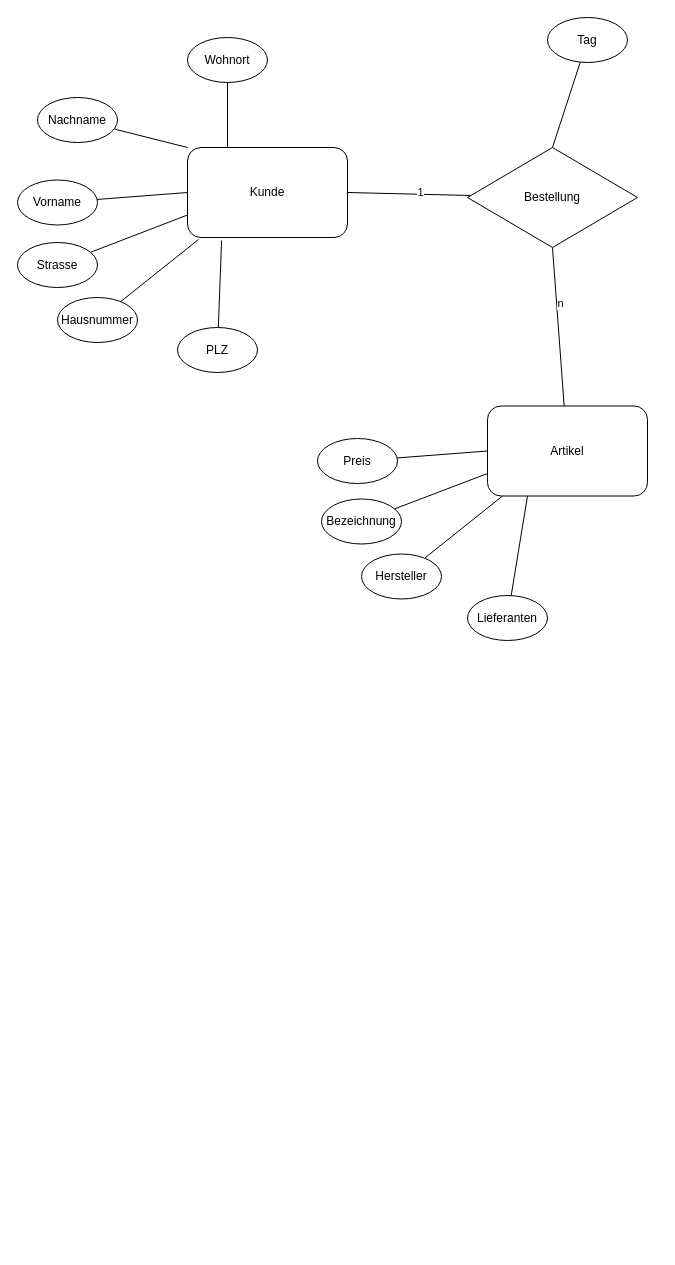
This is Unbenanntes Diagramm.drawio from andrinnn6789/FootballAdministrationsApp, a draw.io file, before an edit. Source tidied: cells renumbered, new cells numbered last; positions are measured from the earlier drawing's top-left corner, leaving out a move shared by most shapes. Both pictures are drawn from the tidied source at 100%, with x=0, y=0 at pixel (17, 17).
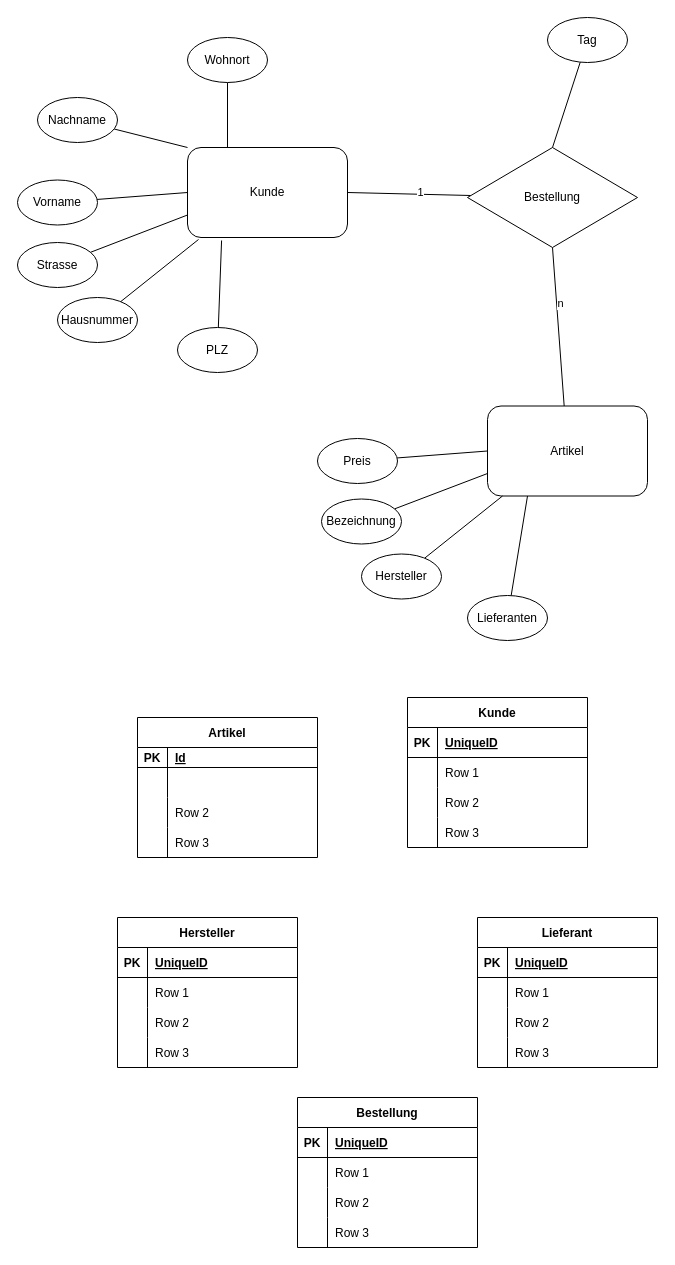
After the change.

Change to the diagram source:
```diff
@@
+    <mxCell id="31" value="Artikel" style="shape=table;startSize=30;childLayout=tableLayout;rowLines=0;fontStyle=1;align=center;" parent="1" vertex="1">
+      <mxGeometry x="120" y="700" width="180" height="140" as="geometry" />
+    </mxCell>
+    <mxCell id="32" style="shape=tableRow;horizontal=0;startSize=0;swimlaneHead=0;swimlaneBody=0;fillColor=none;top=0;left=0;right=0;bottom=1;" parent="31" vertex="1">
+      <mxGeometry y="30" width="180" height="20" as="geometry" />
+    </mxCell>
+    <mxCell id="33" value="PK" style="shape=partialRectangle;fillColor=none;top=0;left=0;bottom=0;right=0;fontStyle=1;overflow=hidden;" parent="32" vertex="1">
+      <mxGeometry width="30" height="20" as="geometry" />
+    </mxCell>
+    <mxCell id="34" value="Id" style="shape=partialRectangle;fillColor=none;top=0;left=0;bottom=0;right=0;align=left;spacingLeft=6;fontStyle=5;overflow=hidden;" parent="32" vertex="1">
+      <mxGeometry x="30" width="150" height="20" as="geometry" />
+    </mxCell>
+    <mxCell id="35" style="shape=tableRow;horizontal=0;startSize=0;swimlaneHead=0;swimlaneBody=0;fillColor=none;top=0;left=0;right=0;bottom=0;" parent="31" vertex="1">
+      <mxGeometry y="50" width="180" height="30" as="geometry" />
+    </mxCell>
+    <mxCell id="36" style="shape=partialRectangle;fillColor=none;top=0;left=0;bottom=0;right=0;overflow=hidden;" parent="35" vertex="1">
+      <mxGeometry width="30" height="30" as="geometry" />
+    </mxCell>
+    <mxCell id="37" style="shape=partialRectangle;fillColor=none;top=0;left=0;bottom=0;right=0;align=left;spacingLeft=6;overflow=hidden;" parent="35" vertex="1">
+      <mxGeometry x="30" width="150" height="30" as="geometry" />
+    </mxCell>
+    <mxCell id="38" style="shape=tableRow;horizontal=0;startSize=0;swimlaneHead=0;swimlaneBody=0;fillColor=none;top=0;left=0;right=0;bottom=0;" parent="31" vertex="1">
+      <mxGeometry y="80" width="180" height="30" as="geometry" />
+    </mxCell>
+    <mxCell id="39" style="shape=partialRectangle;fillColor=none;top=0;left=0;bottom=0;right=0;overflow=hidden;" parent="38" vertex="1">
+      <mxGeometry width="30" height="30" as="geometry" />
+    </mxCell>
+    <mxCell id="40" value="Row 2" style="shape=partialRectangle;fillColor=none;top=0;left=0;bottom=0;right=0;align=left;spacingLeft=6;overflow=hidden;" parent="38" vertex="1">
+      <mxGeometry x="30" width="150" height="30" as="geometry" />
+    </mxCell>
+    <mxCell id="41" style="shape=tableRow;horizontal=0;startSize=0;swimlaneHead=0;swimlaneBody=0;fillColor=none;top=0;left=0;right=0;bottom=0;" parent="31" vertex="1">
+      <mxGeometry y="110" width="180" height="30" as="geometry" />
+    </mxCell>
+    <mxCell id="42" style="shape=partialRectangle;fillColor=none;top=0;left=0;bottom=0;right=0;overflow=hidden;" parent="41" vertex="1">
+      <mxGeometry width="30" height="30" as="geometry" />
+    </mxCell>
+    <mxCell id="43" value="Row 3" style="shape=partialRectangle;fillColor=none;top=0;left=0;bottom=0;right=0;align=left;spacingLeft=6;overflow=hidden;" parent="41" vertex="1">
+      <mxGeometry x="30" width="150" height="30" as="geometry" />
+    </mxCell>
+    <mxCell id="44" value="Kunde" style="shape=table;startSize=30;childLayout=tableLayout;rowLines=0;fontStyle=1;align=center;" parent="1" vertex="1">
+      <mxGeometry x="390" y="680" width="180" height="150" as="geometry" />
+    </mxCell>
+    <mxCell id="45" style="shape=tableRow;horizontal=0;startSize=0;swimlaneHead=0;swimlaneBody=0;fillColor=none;top=0;left=0;right=0;bottom=1;" parent="44" vertex="1">
+      <mxGeometry y="30" width="180" height="30" as="geometry" />
+    </mxCell>
+    <mxCell id="46" value="PK" style="shape=partialRectangle;fillColor=none;top=0;left=0;bottom=0;right=0;fontStyle=1;overflow=hidden;" parent="45" vertex="1">
+      <mxGeometry width="30" height="30" as="geometry" />
+    </mxCell>
+    <mxCell id="47" value="UniqueID" style="shape=partialRectangle;fillColor=none;top=0;left=0;bottom=0;right=0;align=left;spacingLeft=6;fontStyle=5;overflow=hidden;" parent="45" vertex="1">
+      <mxGeometry x="30" width="150" height="30" as="geometry" />
+    </mxCell>
+    <mxCell id="48" style="shape=tableRow;horizontal=0;startSize=0;swimlaneHead=0;swimlaneBody=0;fillColor=none;top=0;left=0;right=0;bottom=0;" parent="44" vertex="1">
+      <mxGeometry y="60" width="180" height="30" as="geometry" />
+    </mxCell>
+    <mxCell id="49" style="shape=partialRectangle;fillColor=none;top=0;left=0;bottom=0;right=0;overflow=hidden;" parent="48" vertex="1">
+      <mxGeometry width="30" height="30" as="geometry" />
+    </mxCell>
+    <mxCell id="50" value="Row 1" style="shape=partialRectangle;fillColor=none;top=0;left=0;bottom=0;right=0;align=left;spacingLeft=6;overflow=hidden;" parent="48" vertex="1">
+      <mxGeometry x="30" width="150" height="30" as="geometry" />
+    </mxCell>
+    <mxCell id="51" style="shape=tableRow;horizontal=0;startSize=0;swimlaneHead=0;swimlaneBody=0;fillColor=none;top=0;left=0;right=0;bottom=0;" parent="44" vertex="1">
+      <mxGeometry y="90" width="180" height="30" as="geometry" />
+    </mxCell>
+    <mxCell id="52" style="shape=partialRectangle;fillColor=none;top=0;left=0;bottom=0;right=0;overflow=hidden;" parent="51" vertex="1">
+      <mxGeometry width="30" height="30" as="geometry" />
+    </mxCell>
+    <mxCell id="53" value="Row 2" style="shape=partialRectangle;fillColor=none;top=0;left=0;bottom=0;right=0;align=left;spacingLeft=6;overflow=hidden;" parent="51" vertex="1">
+      <mxGeometry x="30" width="150" height="30" as="geometry" />
+    </mxCell>
+    <mxCell id="54" style="shape=tableRow;horizontal=0;startSize=0;swimlaneHead=0;swimlaneBody=0;fillColor=none;top=0;left=0;right=0;bottom=0;" parent="44" vertex="1">
+      <mxGeometry y="120" width="180" height="30" as="geometry" />
+    </mxCell>
+    <mxCell id="55" style="shape=partialRectangle;fillColor=none;top=0;left=0;bottom=0;right=0;overflow=hidden;" parent="54" vertex="1">
+      <mxGeometry width="30" height="30" as="geometry" />
+    </mxCell>
+    <mxCell id="56" value="Row 3" style="shape=partialRectangle;fillColor=none;top=0;left=0;bottom=0;right=0;align=left;spacingLeft=6;overflow=hidden;" parent="54" vertex="1">
+      <mxGeometry x="30" width="150" height="30" as="geometry" />
+    </mxCell>
+    <mxCell id="57" value="Lieferant" style="shape=table;startSize=30;childLayout=tableLayout;rowLines=0;fontStyle=1;align=center;" parent="1" vertex="1">
+      <mxGeometry x="460" y="900" width="180" height="150" as="geometry" />
+    </mxCell>
+    <mxCell id="58" style="shape=tableRow;horizontal=0;startSize=0;swimlaneHead=0;swimlaneBody=0;fillColor=none;top=0;left=0;right=0;bottom=1;" parent="57" vertex="1">
+      <mxGeometry y="30" width="180" height="30" as="geometry" />
+    </mxCell>
+    <mxCell id="59" value="PK" style="shape=partialRectangle;fillColor=none;top=0;left=0;bottom=0;right=0;fontStyle=1;overflow=hidden;" parent="58" vertex="1">
+      <mxGeometry width="30" height="30" as="geometry" />
+    </mxCell>
+    <mxCell id="60" value="UniqueID" style="shape=partialRectangle;fillColor=none;top=0;left=0;bottom=0;right=0;align=left;spacingLeft=6;fontStyle=5;overflow=hidden;" parent="58" vertex="1">
+      <mxGeometry x="30" width="150" height="30" as="geometry" />
+    </mxCell>
+    <mxCell id="61" style="shape=tableRow;horizontal=0;startSize=0;swimlaneHead=0;swimlaneBody=0;fillColor=none;top=0;left=0;right=0;bottom=0;" parent="57" vertex="1">
+      <mxGeometry y="60" width="180" height="30" as="geometry" />
+    </mxCell>
+    <mxCell id="62" style="shape=partialRectangle;fillColor=none;top=0;left=0;bottom=0;right=0;overflow=hidden;" parent="61" vertex="1">
+      <mxGeometry width="30" height="30" as="geometry" />
+    </mxCell>
+    <mxCell id="63" value="Row 1" style="shape=partialRectangle;fillColor=none;top=0;left=0;bottom=0;right=0;align=left;spacingLeft=6;overflow=hidden;" parent="61" vertex="1">
+      <mxGeometry x="30" width="150" height="30" as="geometry" />
+    </mxCell>
+    <mxCell id="64" style="shape=tableRow;horizontal=0;startSize=0;swimlaneHead=0;swimlaneBody=0;fillColor=none;top=0;left=0;right=0;bottom=0;" parent="57" vertex="1">
+      <mxGeometry y="90" width="180" height="30" as="geometry" />
+    </mxCell>
+    <mxCell id="65" style="shape=partialRectangle;fillColor=none;top=0;left=0;bottom=0;right=0;overflow=hidden;" parent="64" vertex="1">
+      <mxGeometry width="30" height="30" as="geometry" />
+    </mxCell>
+    <mxCell id="66" value="Row 2" style="shape=partialRectangle;fillColor=none;top=0;left=0;bottom=0;right=0;align=left;spacingLeft=6;overflow=hidden;" parent="64" vertex="1">
+      <mxGeometry x="30" width="150" height="30" as="geometry" />
+    </mxCell>
+    <mxCell id="67" style="shape=tableRow;horizontal=0;startSize=0;swimlaneHead=0;swimlaneBody=0;fillColor=none;top=0;left=0;right=0;bottom=0;" parent="57" vertex="1">
+      <mxGeometry y="120" width="180" height="30" as="geometry" />
+    </mxCell>
+    <mxCell id="68" style="shape=partialRectangle;fillColor=none;top=0;left=0;bottom=0;right=0;overflow=hidden;" parent="67" vertex="1">
+      <mxGeometry width="30" height="30" as="geometry" />
+    </mxCell>
+    <mxCell id="69" value="Row 3" style="shape=partialRectangle;fillColor=none;top=0;left=0;bottom=0;right=0;align=left;spacingLeft=6;overflow=hidden;" parent="67" vertex="1">
+      <mxGeometry x="30" width="150" height="30" as="geometry" />
+    </mxCell>
+    <mxCell id="70" value="Hersteller" style="shape=table;startSize=30;childLayout=tableLayout;rowLines=0;fontStyle=1;align=center;" parent="1" vertex="1">
+      <mxGeometry x="100" y="900" width="180" height="150" as="geometry" />
+    </mxCell>
+    <mxCell id="71" style="shape=tableRow;horizontal=0;startSize=0;swimlaneHead=0;swimlaneBody=0;fillColor=none;top=0;left=0;right=0;bottom=1;" parent="70" vertex="1">
+      <mxGeometry y="30" width="180" height="30" as="geometry" />
+    </mxCell>
+    <mxCell id="72" value="PK" style="shape=partialRectangle;fillColor=none;top=0;left=0;bottom=0;right=0;fontStyle=1;overflow=hidden;" parent="71" vertex="1">
+      <mxGeometry width="30" height="30" as="geometry" />
+    </mxCell>
+    <mxCell id="73" value="UniqueID" style="shape=partialRectangle;fillColor=none;top=0;left=0;bottom=0;right=0;align=left;spacingLeft=6;fontStyle=5;overflow=hidden;" parent="71" vertex="1">
+      <mxGeometry x="30" width="150" height="30" as="geometry" />
+    </mxCell>
+    <mxCell id="74" style="shape=tableRow;horizontal=0;startSize=0;swimlaneHead=0;swimlaneBody=0;fillColor=none;top=0;left=0;right=0;bottom=0;" parent="70" vertex="1">
+      <mxGeometry y="60" width="180" height="30" as="geometry" />
+    </mxCell>
+    <mxCell id="75" style="shape=partialRectangle;fillColor=none;top=0;left=0;bottom=0;right=0;overflow=hidden;" parent="74" vertex="1">
+      <mxGeometry width="30" height="30" as="geometry" />
+    </mxCell>
+    <mxCell id="76" value="Row 1" style="shape=partialRectangle;fillColor=none;top=0;left=0;bottom=0;right=0;align=left;spacingLeft=6;overflow=hidden;" parent="74" vertex="1">
+      <mxGeometry x="30" width="150" height="30" as="geometry" />
+    </mxCell>
+    <mxCell id="77" style="shape=tableRow;horizontal=0;startSize=0;swimlaneHead=0;swimlaneBody=0;fillColor=none;top=0;left=0;right=0;bottom=0;" parent="70" vertex="1">
+      <mxGeometry y="90" width="180" height="30" as="geometry" />
+    </mxCell>
+    <mxCell id="78" style="shape=partialRectangle;fillColor=none;top=0;left=0;bottom=0;right=0;overflow=hidden;" parent="77" vertex="1">
+      <mxGeometry width="30" height="30" as="geometry" />
+    </mxCell>
+    <mxCell id="79" value="Row 2" style="shape=partialRectangle;fillColor=none;top=0;left=0;bottom=0;right=0;align=left;spacingLeft=6;overflow=hidden;" parent="77" vertex="1">
+      <mxGeometry x="30" width="150" height="30" as="geometry" />
+    </mxCell>
+    <mxCell id="80" style="shape=tableRow;horizontal=0;startSize=0;swimlaneHead=0;swimlaneBody=0;fillColor=none;top=0;left=0;right=0;bottom=0;" parent="70" vertex="1">
+      <mxGeometry y="120" width="180" height="30" as="geometry" />
+    </mxCell>
+    <mxCell id="81" style="shape=partialRectangle;fillColor=none;top=0;left=0;bottom=0;right=0;overflow=hidden;" parent="80" vertex="1">
+      <mxGeometry width="30" height="30" as="geometry" />
+    </mxCell>
+    <mxCell id="82" value="Row 3" style="shape=partialRectangle;fillColor=none;top=0;left=0;bottom=0;right=0;align=left;spacingLeft=6;overflow=hidden;" parent="80" vertex="1">
+      <mxGeometry x="30" width="150" height="30" as="geometry" />
+    </mxCell>
+    <mxCell id="83" value="Bestellung" style="shape=table;startSize=30;childLayout=tableLayout;rowLines=0;fontStyle=1;align=center;" parent="1" vertex="1">
+      <mxGeometry x="280" y="1080" width="180" height="150" as="geometry" />
+    </mxCell>
+    <mxCell id="84" style="shape=tableRow;horizontal=0;startSize=0;swimlaneHead=0;swimlaneBody=0;fillColor=none;top=0;left=0;right=0;bottom=1;" parent="83" vertex="1">
+      <mxGeometry y="30" width="180" height="30" as="geometry" />
+    </mxCell>
+    <mxCell id="85" value="PK" style="shape=partialRectangle;fillColor=none;top=0;left=0;bottom=0;right=0;fontStyle=1;overflow=hidden;" parent="84" vertex="1">
+      <mxGeometry width="30" height="30" as="geometry" />
+    </mxCell>
+    <mxCell id="86" value="UniqueID" style="shape=partialRectangle;fillColor=none;top=0;left=0;bottom=0;right=0;align=left;spacingLeft=6;fontStyle=5;overflow=hidden;" parent="84" vertex="1">
+      <mxGeometry x="30" width="150" height="30" as="geometry" />
+    </mxCell>
+    <mxCell id="87" style="shape=tableRow;horizontal=0;startSize=0;swimlaneHead=0;swimlaneBody=0;fillColor=none;top=0;left=0;right=0;bottom=0;" parent="83" vertex="1">
+      <mxGeometry y="60" width="180" height="30" as="geometry" />
+    </mxCell>
+    <mxCell id="88" style="shape=partialRectangle;fillColor=none;top=0;left=0;bottom=0;right=0;overflow=hidden;" parent="87" vertex="1">
+      <mxGeometry width="30" height="30" as="geometry" />
+    </mxCell>
+    <mxCell id="89" value="Row 1" style="shape=partialRectangle;fillColor=none;top=0;left=0;bottom=0;right=0;align=left;spacingLeft=6;overflow=hidden;" parent="87" vertex="1">
+      <mxGeometry x="30" width="150" height="30" as="geometry" />
+    </mxCell>
+    <mxCell id="90" style="shape=tableRow;horizontal=0;startSize=0;swimlaneHead=0;swimlaneBody=0;fillColor=none;top=0;left=0;right=0;bottom=0;" parent="83" vertex="1">
+      <mxGeometry y="90" width="180" height="30" as="geometry" />
+    </mxCell>
+    <mxCell id="91" style="shape=partialRectangle;fillColor=none;top=0;left=0;bottom=0;right=0;overflow=hidden;" parent="90" vertex="1">
+      <mxGeometry width="30" height="30" as="geometry" />
+    </mxCell>
+    <mxCell id="92" value="Row 2" style="shape=partialRectangle;fillColor=none;top=0;left=0;bottom=0;right=0;align=left;spacingLeft=6;overflow=hidden;" parent="90" vertex="1">
+      <mxGeometry x="30" width="150" height="30" as="geometry" />
+    </mxCell>
+    <mxCell id="93" style="shape=tableRow;horizontal=0;startSize=0;swimlaneHead=0;swimlaneBody=0;fillColor=none;top=0;left=0;right=0;bottom=0;" parent="83" vertex="1">
+      <mxGeometry y="120" width="180" height="30" as="geometry" />
+    </mxCell>
+    <mxCell id="94" style="shape=partialRectangle;fillColor=none;top=0;left=0;bottom=0;right=0;overflow=hidden;" parent="93" vertex="1">
+      <mxGeometry width="30" height="30" as="geometry" />
+    </mxCell>
+    <mxCell id="95" value="Row 3" style="shape=partialRectangle;fillColor=none;top=0;left=0;bottom=0;right=0;align=left;spacingLeft=6;overflow=hidden;" parent="93" vertex="1">
+      <mxGeometry x="30" width="150" height="30" as="geometry" />
+    </mxCell>
```
